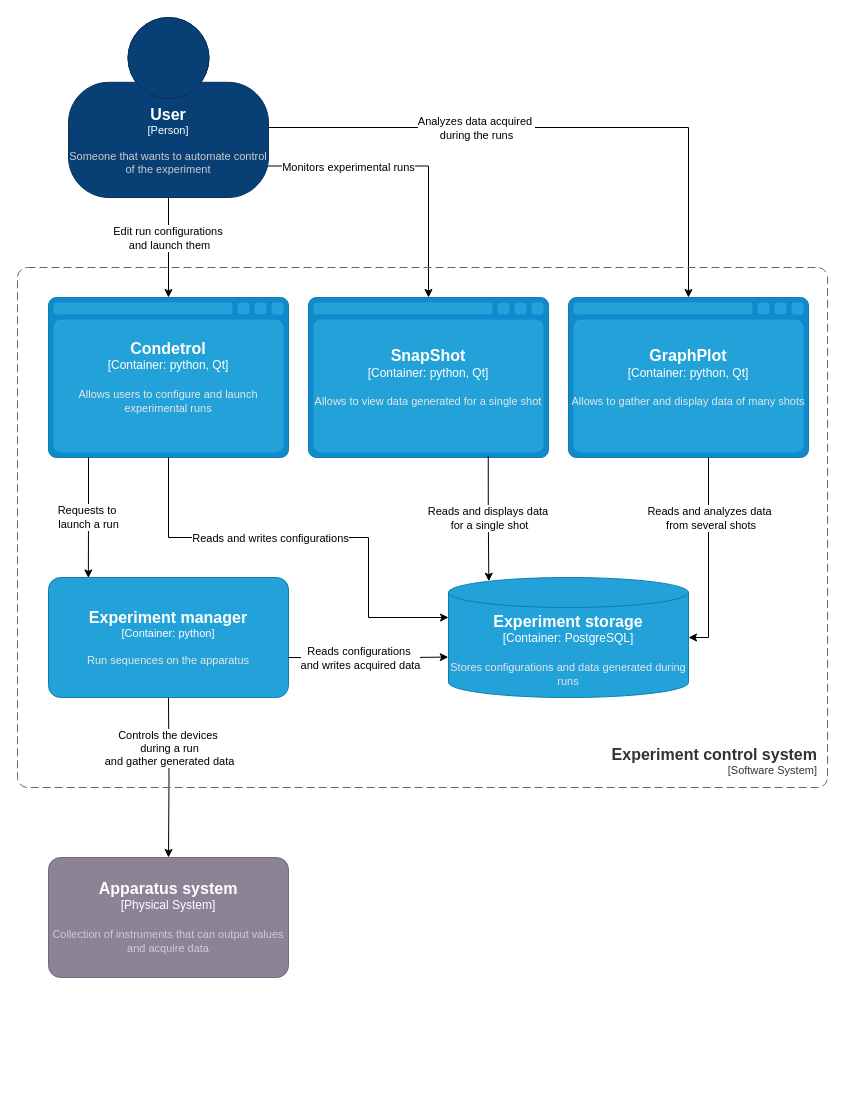
This is doc/source/explanations/experiment_system_diagram.drawio from light-scattering-iogs/caqtus, a draw.io file, before an edit. Source tidied: cells renumbered, new cells numbered last; positions are measured from the earlier drawing's top-left corner, leaving out a move shared by most shapes. Both pictures are drawn from the tidied source at 100%, with x=0, y=0 at pixel (17, 17).
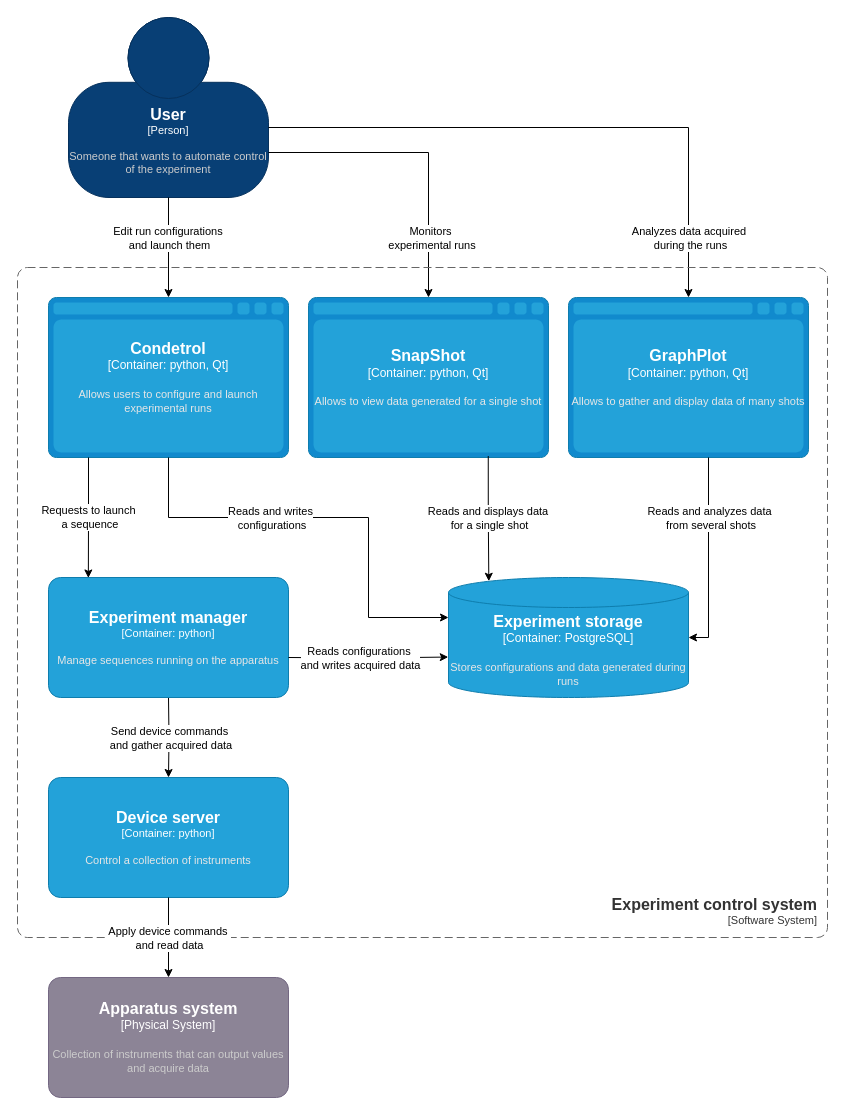
The same diagram, later.

The change refers to these unchanged cells:
```xml
<object id="2" label="&lt;font style=&quot;font-size: 16px&quot;&gt;&lt;b&gt;%c4Name%&lt;/b&gt;&lt;/font&gt;&lt;div&gt;[%c4Type%]&lt;/div&gt;&lt;br&gt;&lt;div&gt;&lt;font style=&quot;font-size: 11px&quot;&gt;&lt;font color=&quot;#cccccc&quot;&gt;%c4Description%&lt;/font&gt;&lt;/div&gt;" c4Description="Someone that wants to automate control of the experiment" c4Name="User" c4Type="Person" placeholders="1">
  <mxCell style="html=1;fontSize=11;dashed=0;whiteSpace=wrap;fillColor=#083F75;strokeColor=#06315C;fontColor=#ffffff;shape=mxgraph.c4.person2;align=center;points=[[0.5,0,0],[1,0.5,0],[1,0.75,0],[0.75,1,0],[0.5,1,0],[0.25,1,0],[0,0.75,0],[0,0.5,0]];" parent="1" vertex="1">
    <mxGeometry x="51" width="200" height="180" as="geometry" />
  </mxCell>
</object>
<mxCell id="9" style="edgeStyle=orthogonalEdgeStyle;rounded=0;orthogonalLoop=1;jettySize=auto;html=1;entryX=0.5;entryY=0;entryDx=0;entryDy=0;entryPerimeter=0;strokeColor=#000000;" parent="1" edge="1">
  <mxGeometry relative="1" as="geometry">
    <mxPoint x="251" y="110" as="sourcePoint" />
    <mxPoint x="671" y="280" as="targetPoint" />
    <Array as="points">
      <mxPoint x="251" y="110" />
      <mxPoint x="671" y="110" />
    </Array>
  </mxGeometry>
</mxCell>
<object id="11" label="&lt;font style=&quot;font-size: 16px&quot;&gt;&lt;b&gt;%c4Name%&lt;/b&gt;&lt;/font&gt;&lt;div&gt;[%c4Type%:&amp;nbsp;%c4Technology%]&lt;/div&gt;&lt;br&gt;&lt;div&gt;&lt;font style=&quot;font-size: 11px&quot;&gt;&lt;font color=&quot;#E6E6E6&quot;&gt;%c4Description%&lt;/font&gt;&lt;/div&gt;" c4Description="Allows users to configure and launch experimental runs" c4Name="Condetrol" c4Technology="python, Qt" c4Type="Container" placeholders="1">
  <mxCell style="shape=mxgraph.c4.webBrowserContainer2;whiteSpace=wrap;html=1;boundedLbl=1;rounded=0;labelBackgroundColor=none;strokeColor=#118ACD;fillColor=#23A2D9;strokeColor=#118ACD;strokeColor2=#0E7DAD;fontSize=12;fontColor=#ffffff;align=center;points=[[0.5,0,0],[1,0.25,0],[1,0.5,0],[1,0.75,0],[0.5,1,0],[0,0.75,0],[0,0.5,0],[0,0.25,0]];" parent="1" vertex="1">
    <mxGeometry x="31" y="280" width="240" height="160" as="geometry" />
  </mxCell>
</object>
<mxCell id="13" style="edgeStyle=orthogonalEdgeStyle;rounded=0;jettySize=auto;html=1;entryX=0.166;entryY=0.004;entryDx=0;entryDy=0;entryPerimeter=0;strokeColor=#000000;" parent="1" edge="1" target="12">
  <mxGeometry relative="1" as="geometry">
    <mxPoint x="71" y="440" as="sourcePoint" />
    <Array as="points">
      <mxPoint x="71" y="500" />
    </Array>
  </mxGeometry>
</mxCell>
```

What changed in the source:
```diff
@@
     <object id="5" label="&lt;font style=&quot;font-size: 16px&quot;&gt;&lt;b&gt;%c4Name%&lt;/b&gt;&lt;/font&gt;&lt;div&gt;[%c4Type%]&lt;/div&gt;&lt;br&gt;&lt;div&gt;&lt;font style=&quot;font-size: 11px&quot;&gt;&lt;font color=&quot;#cccccc&quot;&gt;%c4Description%&lt;/font&gt;&lt;/div&gt;" c4Description="Collection of instruments that can output values and acquire data" c4Name="Apparatus system" c4Type="Physical System" placeholders="1">
       <mxCell style="rounded=1;whiteSpace=wrap;html=1;labelBackgroundColor=none;fillColor=#8C8496;fontColor=#ffffff;align=center;arcSize=10;strokeColor=#736782;points=[[0.25,0,0],[0.5,0,0],[0.75,0,0],[1,0.25,0],[1,0.5,0],[1,0.75,0],[0.75,1,0],[0.5,1,0],[0.25,1,0],[0,0.75,0],[0,0.5,0],[0,0.25,0]];" parent="1" vertex="1">
-        <mxGeometry x="31" y="840" width="240" height="120" as="geometry" />
+        <mxGeometry x="31" y="960" width="240" height="120" as="geometry" />
       </mxCell>
     </object>
-    <mxCell id="6" style="edgeStyle=orthogonalEdgeStyle;rounded=0;jettySize=auto;html=1;exitX=0.5;exitY=1;exitDx=0;exitDy=0;exitPerimeter=0;entryX=0.5;entryY=0;entryDx=0;entryDy=0;entryPerimeter=0;strokeColor=#000000;" parent="1" edge="1" target="5">
+    <mxCell id="6" style="edgeStyle=orthogonalEdgeStyle;rounded=0;jettySize=auto;html=1;exitX=0.5;exitY=1;exitDx=0;exitDy=0;exitPerimeter=0;strokeColor=#000000;" parent="1" edge="1" target="29">
       <mxGeometry relative="1" as="geometry">
         <mxPoint x="151" y="680" as="sourcePoint" />
       </mxGeometry>
     </mxCell>
-    <mxCell id="7" style="edgeStyle=orthogonalEdgeStyle;rounded=0;jettySize=auto;html=1;exitX=0.997;exitY=0.825;exitDx=0;exitDy=0;exitPerimeter=0;entryX=0.5;entryY=0;entryDx=0;entryDy=0;entryPerimeter=0;strokeColor=#000000;" parent="1" edge="1" source="2">
+    <mxCell id="7" style="edgeStyle=orthogonalEdgeStyle;rounded=0;jettySize=auto;html=1;entryX=0.5;entryY=0;entryDx=0;entryDy=0;entryPerimeter=0;strokeColor=#000000;exitX=1;exitY=0.75;exitDx=0;exitDy=0;exitPerimeter=0;" parent="1" edge="1" source="2">
       <mxGeometry relative="1" as="geometry">
         <mxPoint x="411" y="280" as="targetPoint" />
         <Array as="points">
-          <mxPoint x="411" y="148" />
+          <mxPoint x="411" y="135" />
         </Array>
       </mxGeometry>
     </mxCell>
-    <mxCell id="8" value="Monitors experimental runs" style="edgeLabel;html=1;align=center;verticalAlign=middle;fontColor=#000000;labelBackgroundColor=#ffffff;" parent="7" vertex="1">
+    <mxCell id="8" value="Monitors&lt;div&gt;&amp;nbsp;experimental runs&lt;/div&gt;" style="edgeLabel;html=1;align=center;verticalAlign=middle;fontColor=#000000;labelBackgroundColor=#ffffff;" parent="7" vertex="1">
       <mxGeometry x="-0.45" y="-2" relative="1" as="geometry">
-        <mxPoint y="-1" as="offset" />
+        <mxPoint x="77" y="83" as="offset" />
       </mxGeometry>
     </mxCell>
@@
     <mxCell id="10" value="Analyzes data acquired&amp;nbsp;&lt;div&gt;during the runs&lt;/div&gt;" style="edgeLabel;html=1;align=center;verticalAlign=middle;fontColor=#000000;labelBackgroundColor=#ffffff;" parent="9" vertex="1">
       <mxGeometry x="-0.3" y="4" relative="1" as="geometry">
-        <mxPoint y="4" as="offset" />
+        <mxPoint x="214" y="114" as="offset" />
       </mxGeometry>
     </mxCell>
@@
-    <object id="12" label="&lt;font style=&quot;font-size: 16px&quot;&gt;&lt;b&gt;%c4Name%&lt;/b&gt;&lt;/font&gt;&lt;div&gt;[%c4Type%: %c4Technology%]&lt;/div&gt;&lt;br&gt;&lt;div&gt;&lt;font style=&quot;font-size: 11px&quot;&gt;&lt;font color=&quot;#E6E6E6&quot;&gt;%c4Description%&lt;/font&gt;&lt;/div&gt;" c4Description="Run sequences on the apparatus" c4Name="Experiment manager" c4Technology="python" c4Type="Container" placeholders="1">
+    <object id="12" label="&lt;font style=&quot;font-size: 16px&quot;&gt;&lt;b&gt;%c4Name%&lt;/b&gt;&lt;/font&gt;&lt;div&gt;[%c4Type%: %c4Technology%]&lt;/div&gt;&lt;br&gt;&lt;div&gt;&lt;font style=&quot;font-size: 11px&quot;&gt;&lt;font color=&quot;#E6E6E6&quot;&gt;%c4Description%&lt;/font&gt;&lt;/div&gt;" c4Description="Manage sequences running on the apparatus" c4Name="Experiment manager" c4Technology="python" c4Type="Container" placeholders="1">
       <mxCell style="rounded=1;whiteSpace=wrap;html=1;fontSize=11;labelBackgroundColor=none;fillColor=#23A2D9;fontColor=#ffffff;align=center;arcSize=10;strokeColor=#0E7DAD;points=[[0.25,0,0],[0.5,0,0],[0.75,0,0],[1,0.25,0],[1,0.5,0],[1,0.75,0],[0.75,1,0],[0.5,1,0],[0.25,1,0],[0,0.75,0],[0,0.5,0],[0,0.25,0]];" parent="1" vertex="1">
         <mxGeometry x="31" y="560" width="240" height="120" as="geometry" />
       </mxCell>
     </object>
@@
-    <mxCell id="14" value="Requests to&amp;nbsp;&lt;div&gt;launch a run&lt;/div&gt;" style="edgeLabel;html=1;align=center;verticalAlign=middle;labelBackgroundColor=#ffffff;fontColor=#000000;" parent="13" vertex="1">
+    <mxCell id="14" value="Requests to launch&lt;div&gt;&amp;nbsp;a sequence&lt;/div&gt;" style="edgeLabel;html=1;align=center;verticalAlign=middle;labelBackgroundColor=#ffffff;fontColor=#000000;" parent="13" vertex="1">
       <mxGeometry x="0.03" y="-1" relative="1" as="geometry">
         <mxPoint x="1" y="-2" as="offset" />
       </mxGeometry>
     </mxCell>
@@
     <mxCell id="22" style="edgeStyle=orthogonalEdgeStyle;rounded=0;jettySize=auto;html=1;exitX=0.5;exitY=1;exitDx=0;exitDy=0;exitPerimeter=0;strokeColor=#000000;" parent="1" edge="1" source="11">
       <mxGeometry relative="1" as="geometry">
         <mxPoint x="431" y="600" as="targetPoint" />
         <Array as="points">
-          <mxPoint x="151" y="520" />
-          <mxPoint x="351" y="520" />
+          <mxPoint x="151" y="500" />
+          <mxPoint x="351" y="500" />
           <mxPoint x="351" y="600" />
-          <mxPoint x="431" y="600" />
         </Array>
       </mxGeometry>
     </mxCell>
-    <mxCell id="23" value="Reads and writes configurations" style="edgeLabel;html=1;align=center;verticalAlign=middle;rotation=0;labelBackgroundColor=#ffffff;fontColor=#000000;" parent="22" vertex="1">
+    <mxCell id="23" value="Reads and writes&lt;div&gt;&amp;nbsp;configurations&lt;/div&gt;" style="edgeLabel;html=1;align=center;verticalAlign=middle;rotation=0;labelBackgroundColor=#ffffff;fontColor=#000000;" parent="22" vertex="1">
       <mxGeometry x="0.03" y="3" relative="1" as="geometry">
-        <mxPoint x="-46" y="3" as="offset" />
+        <mxPoint x="-66" y="3" as="offset" />
       </mxGeometry>
     </mxCell>
@@
-    <mxCell id="27" value="Controls the devices&amp;nbsp;&lt;div&gt;&lt;div&gt;during a run&lt;/div&gt;&lt;div&gt;and gather generated data&lt;/div&gt;&lt;/div&gt;" style="edgeLabel;html=1;align=center;verticalAlign=middle;labelBackgroundColor=#ffffff;fontColor=#000000;" parent="1" vertex="1">
-      <mxGeometry x="151" y="730" as="geometry" />
-    </mxCell>
     <object id="28" label="&lt;font style=&quot;font-size: 16px&quot;&gt;&lt;b&gt;&lt;div style=&quot;&quot;&gt;%c4Name%&lt;/div&gt;&lt;/b&gt;&lt;/font&gt;&lt;div style=&quot;&quot;&gt;[%c4Application%]&lt;/div&gt;" c4Application="Software System" c4Name="Experiment control system" placeholders="1">
       <mxCell style="rounded=1;fontSize=11;whiteSpace=wrap;html=1;dashed=1;arcSize=20;fillColor=none;strokeColor=#666666;fontColor=#333333;labelBackgroundColor=none;align=right;verticalAlign=bottom;labelBorderColor=none;spacingTop=0;spacing=10;dashPattern=8 4;perimeter=rectanglePerimeter;noLabel=0;labelPadding=0;absoluteArcSize=1;" parent="1" vertex="1">
-        <mxGeometry y="250" width="810" height="520" as="geometry" />
+        <mxGeometry y="250" width="810" height="670" as="geometry" />
       </mxCell>
     </object>
+    <object id="29" label="&lt;font style=&quot;font-size: 16px&quot;&gt;&lt;b&gt;%c4Name%&lt;/b&gt;&lt;/font&gt;&lt;div&gt;[%c4Type%: %c4Technology%]&lt;/div&gt;&lt;br&gt;&lt;div&gt;&lt;font style=&quot;font-size: 11px&quot;&gt;&lt;font color=&quot;#E6E6E6&quot;&gt;%c4Description%&lt;/font&gt;&lt;/div&gt;" c4Description="Control a collection of instruments" c4Name="Device server" c4Technology="python" c4Type="Container" placeholders="1">
+      <mxCell style="rounded=1;whiteSpace=wrap;html=1;fontSize=11;labelBackgroundColor=none;fillColor=#23A2D9;fontColor=#ffffff;align=center;arcSize=10;strokeColor=#0E7DAD;points=[[0.25,0,0],[0.5,0,0],[0.75,0,0],[1,0.25,0],[1,0.5,0],[1,0.75,0],[0.75,1,0],[0.5,1,0],[0.25,1,0],[0,0.75,0],[0,0.5,0],[0,0.25,0]];" parent="1" vertex="1">
+        <mxGeometry x="31" y="760" width="240" height="120" as="geometry" />
+      </mxCell>
+    </object>
+    <mxCell id="30" style="edgeStyle=orthogonalEdgeStyle;rounded=0;jettySize=auto;html=1;exitX=0.5;exitY=1;exitDx=0;exitDy=0;exitPerimeter=0;strokeColor=#000000;" parent="1" edge="1" source="29">
+      <mxGeometry relative="1" as="geometry">
+        <mxPoint x="151" y="960" as="targetPoint" />
+      </mxGeometry>
+    </mxCell>
+    <mxCell id="31" value="Apply device commands&amp;nbsp;&lt;div&gt;and read data&lt;/div&gt;" style="edgeLabel;html=1;align=center;verticalAlign=middle;rotation=0;labelBackgroundColor=#ffffff;fontColor=#000000;" parent="1" vertex="1">
+      <mxGeometry x="151" y="920" as="geometry" />
+    </mxCell>
+    <mxCell id="32" value="Send device commands&lt;div&gt;&amp;nbsp;and gather acquired data&lt;/div&gt;" style="edgeLabel;html=1;align=center;verticalAlign=middle;rotation=0;labelBackgroundColor=#ffffff;fontColor=#000000;" parent="1" vertex="1">
+      <mxGeometry x="151" y="720" as="geometry" />
+    </mxCell>
```
